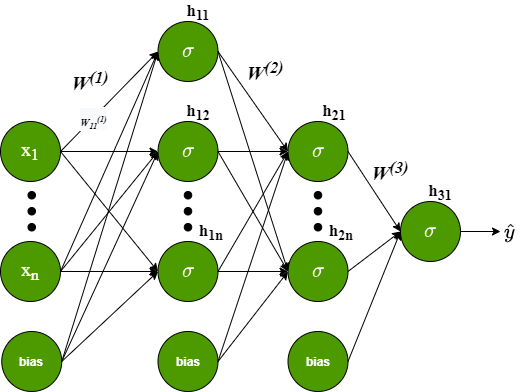
caiusdebucean/YOVO keeps this draw.io diagram as Thesis/Illustrations/Multi-Layer network.png. Above is the earlier version. Source tidied: cells renumbered, new cells last; positions are measured from the earlier drawing's top-left corner, leaving out a move shared by most shapes. Source of this version:
```xml
<mxGraphModel math="1">
  <root>
    <mxCell id="0" />
    <mxCell id="1" parent="0" />
    <mxCell id="2" value="&lt;font face=&quot;Times New Roman&quot; style=&quot;font-size: 19px&quot; color=&quot;#ffffff&quot;&gt;x&lt;sub&gt;1&lt;/sub&gt;&lt;/font&gt;" style="ellipse;whiteSpace=wrap;html=1;fillColor=#4D9900;strokeColor=#000000;" parent="1" vertex="1">
      <mxGeometry y="120" width="60" height="60" as="geometry" />
    </mxCell>
    <mxCell id="3" value="&lt;font style=&quot;font-size: 19px&quot;&gt;&lt;span style=&quot;color: rgb(255 , 255 , 255) ; font-family: &amp;#34;times new roman&amp;#34;&quot;&gt;x&lt;/span&gt;&lt;sub style=&quot;color: rgb(255 , 255 , 255) ; font-family: &amp;#34;times new roman&amp;#34;&quot;&gt;n&lt;/sub&gt;&lt;/font&gt;" style="ellipse;whiteSpace=wrap;html=1;fillColor=#4D9900;strokeColor=#000000;" parent="1" vertex="1">
      <mxGeometry y="240" width="60" height="60" as="geometry" />
    </mxCell>
    <mxCell id="4" value="&lt;b style=&quot;color: rgb(255 , 255 , 255)&quot;&gt;bias&lt;/b&gt;" style="ellipse;whiteSpace=wrap;html=1;fillColor=#4D9900;" parent="1" vertex="1">
      <mxGeometry x="157.5" y="330" width="60" height="60" as="geometry" />
    </mxCell>
    <mxCell id="5" style="group;" parent="1" vertex="1">
      <mxGeometry x="27.5" y="190" width="7.5" height="40" as="geometry" />
    </mxCell>
    <mxCell id="6" style="ellipse;whiteSpace=wrap;html=1;strokeColor=#000000;fillColor=#000000;" parent="5" vertex="1">
      <mxGeometry width="7.5" height="7.5" as="geometry" />
    </mxCell>
    <mxCell id="7" style="ellipse;whiteSpace=wrap;html=1;strokeColor=#000000;fillColor=#000000;" parent="5" vertex="1">
      <mxGeometry y="16" width="7.5" height="7.5" as="geometry" />
    </mxCell>
    <mxCell id="8" style="ellipse;whiteSpace=wrap;html=1;strokeColor=#000000;fillColor=#000000;" parent="5" vertex="1">
      <mxGeometry y="32" width="7.5" height="7.5" as="geometry" />
    </mxCell>
    <mxCell id="9" style="group;" parent="1" vertex="1">
      <mxGeometry x="183.8" y="190" width="7.5" height="40" as="geometry" />
    </mxCell>
    <mxCell id="10" style="ellipse;whiteSpace=wrap;html=1;strokeColor=#000000;fillColor=#000000;" parent="9" vertex="1">
      <mxGeometry width="7.5" height="7.5" as="geometry" />
    </mxCell>
    <mxCell id="11" style="ellipse;whiteSpace=wrap;html=1;strokeColor=#000000;fillColor=#000000;" parent="9" vertex="1">
      <mxGeometry y="16" width="7.5" height="7.5" as="geometry" />
    </mxCell>
    <mxCell id="12" style="ellipse;whiteSpace=wrap;html=1;strokeColor=#000000;fillColor=#000000;" parent="9" vertex="1">
      <mxGeometry y="32" width="7.5" height="7.5" as="geometry" />
    </mxCell>
    <mxCell id="13" value="&lt;font color=&quot;#ffffff&quot;&gt;&lt;b&gt;bias&lt;/b&gt;&lt;/font&gt;" style="ellipse;whiteSpace=wrap;html=1;fillColor=#4D9900;" parent="1" vertex="1">
      <mxGeometry x="1.2" y="330" width="60" height="60" as="geometry" />
    </mxCell>
    <mxCell id="14" style="group;" parent="1" vertex="1">
      <mxGeometry x="313.8" y="190" width="7.5" height="40" as="geometry" />
    </mxCell>
    <mxCell id="15" style="ellipse;whiteSpace=wrap;html=1;strokeColor=#000000;fillColor=#000000;" parent="14" vertex="1">
      <mxGeometry width="7.5" height="7.5" as="geometry" />
    </mxCell>
    <mxCell id="16" style="ellipse;whiteSpace=wrap;html=1;strokeColor=#000000;fillColor=#000000;" parent="14" vertex="1">
      <mxGeometry y="16" width="7.5" height="7.5" as="geometry" />
    </mxCell>
    <mxCell id="17" style="ellipse;whiteSpace=wrap;html=1;strokeColor=#000000;fillColor=#000000;" parent="14" vertex="1">
      <mxGeometry y="32" width="7.5" height="7.5" as="geometry" />
    </mxCell>
    <mxCell id="18" value="&lt;font color=&quot;#ffffff&quot;&gt;&lt;b&gt;bias&lt;/b&gt;&lt;/font&gt;" style="ellipse;whiteSpace=wrap;html=1;fillColor=#4D9900;" parent="1" vertex="1">
      <mxGeometry x="287.5" y="330" width="60" height="60" as="geometry" />
    </mxCell>
    <mxCell id="19" style="edgeStyle=orthogonalEdgeStyle;rounded=0;jettySize=auto;html=1;exitX=1;exitY=0.5;exitDx=0;exitDy=0;" parent="1" edge="1" source="20">
      <mxGeometry relative="1" as="geometry">
        <mxPoint x="500" y="230" as="targetPoint" />
      </mxGeometry>
    </mxCell>
    <mxCell id="20" value="&lt;b style=&quot;font-size: 17px&quot;&gt;&lt;font color=&quot;#ffffff&quot;&gt;$$\sigma&lt;br&gt;$$&lt;/font&gt;&lt;/b&gt;" style="ellipse;whiteSpace=wrap;html=1;fillColor=#4D9900;strokeColor=#000000;" parent="1" vertex="1">
      <mxGeometry x="400" y="200" width="60" height="60" as="geometry" />
    </mxCell>
    <mxCell id="21" value="&lt;b style=&quot;font-size: 17px&quot;&gt;&lt;font color=&quot;#ffffff&quot;&gt;$$\sigma&lt;br&gt;$$&lt;/font&gt;&lt;/b&gt;" style="ellipse;whiteSpace=wrap;html=1;fillColor=#4D9900;strokeColor=#000000;" parent="1" vertex="1">
      <mxGeometry x="157.5" y="20" width="60" height="60" as="geometry" />
    </mxCell>
    <mxCell id="22" value="&lt;b style=&quot;font-size: 17px&quot;&gt;&lt;font color=&quot;#ffffff&quot;&gt;$$\sigma&lt;br&gt;$$&lt;/font&gt;&lt;/b&gt;" style="ellipse;whiteSpace=wrap;html=1;fillColor=#4D9900;strokeColor=#000000;" parent="1" vertex="1">
      <mxGeometry x="157.5" y="120" width="60" height="60" as="geometry" />
    </mxCell>
    <mxCell id="23" value="&lt;b style=&quot;font-size: 17px&quot;&gt;&lt;font color=&quot;#ffffff&quot;&gt;$$\sigma&lt;br&gt;$$&lt;/font&gt;&lt;/b&gt;" style="ellipse;whiteSpace=wrap;html=1;fillColor=#4D9900;strokeColor=#000000;" parent="1" vertex="1">
      <mxGeometry x="157.5" y="240" width="60" height="60" as="geometry" />
    </mxCell>
    <mxCell id="24" value="&lt;b style=&quot;font-size: 17px&quot;&gt;&lt;font color=&quot;#ffffff&quot;&gt;$$\sigma&lt;br&gt;$$&lt;/font&gt;&lt;/b&gt;" style="ellipse;whiteSpace=wrap;html=1;fillColor=#4D9900;strokeColor=#000000;" parent="1" vertex="1">
      <mxGeometry x="287.5" y="120" width="60" height="60" as="geometry" />
    </mxCell>
    <mxCell id="25" value="&lt;b style=&quot;font-size: 17px&quot;&gt;&lt;font color=&quot;#ffffff&quot;&gt;$$\sigma&lt;br&gt;$$&lt;/font&gt;&lt;/b&gt;" style="ellipse;whiteSpace=wrap;html=1;fillColor=#4D9900;strokeColor=#000000;" parent="1" vertex="1">
      <mxGeometry x="287.5" y="240" width="60" height="60" as="geometry" />
    </mxCell>
    <mxCell id="26" style="endArrow=classic;html=1;exitX=1;exitY=0.5;exitDx=0;exitDy=0;entryX=0;entryY=0.5;entryDx=0;entryDy=0;" parent="1" edge="1" source="2" target="21">
      <mxGeometry relative="1" as="geometry" />
    </mxCell>
    <mxCell id="27" value="&lt;b style=&quot;background-color: rgb(248 , 249 , 250) ; font-size: 20px&quot;&gt;&lt;font face=&quot;Times New Roman&quot; style=&quot;font-size: 10px&quot;&gt;&lt;i&gt;W&lt;sub&gt;11&lt;/sub&gt;&lt;sup&gt;(&lt;/sup&gt;&lt;sup&gt;1)&lt;/sup&gt;&lt;/i&gt;&lt;/font&gt;&lt;/b&gt;" style="edgeLabel;html=1;align=center;verticalAlign=middle;" parent="26" vertex="1">
      <mxGeometry x="-0.32" relative="1" as="geometry" />
    </mxCell>
    <mxCell id="28" style="endArrow=classic;html=1;exitX=1;exitY=0.5;exitDx=0;exitDy=0;entryX=0;entryY=0.5;entryDx=0;entryDy=0;" parent="1" edge="1" source="3" target="21">
      <mxGeometry relative="1" as="geometry" />
    </mxCell>
    <mxCell id="29" style="endArrow=classic;html=1;exitX=1;exitY=0.5;exitDx=0;exitDy=0;entryX=0;entryY=0.5;entryDx=0;entryDy=0;" parent="1" edge="1" source="13" target="21">
      <mxGeometry relative="1" as="geometry" />
    </mxCell>
    <mxCell id="30" style="endArrow=classic;html=1;exitX=1;exitY=0.5;exitDx=0;exitDy=0;entryX=0;entryY=0.5;entryDx=0;entryDy=0;" parent="1" edge="1" source="2" target="22">
      <mxGeometry relative="1" as="geometry" />
    </mxCell>
    <mxCell id="31" style="endArrow=classic;html=1;exitX=1;exitY=0.5;exitDx=0;exitDy=0;entryX=0;entryY=0.5;entryDx=0;entryDy=0;" parent="1" edge="1" source="2" target="23">
      <mxGeometry relative="1" as="geometry" />
    </mxCell>
    <mxCell id="32" style="endArrow=classic;html=1;exitX=1;exitY=0.5;exitDx=0;exitDy=0;entryX=0;entryY=0.5;entryDx=0;entryDy=0;" parent="1" edge="1" source="3" target="22">
      <mxGeometry relative="1" as="geometry" />
    </mxCell>
    <mxCell id="33" style="endArrow=classic;html=1;entryX=0;entryY=0.5;entryDx=0;entryDy=0;exitX=1;exitY=0.5;exitDx=0;exitDy=0;" parent="1" edge="1" source="13" target="22">
      <mxGeometry relative="1" as="geometry" />
    </mxCell>
    <mxCell id="34" style="endArrow=classic;html=1;exitX=1;exitY=0.5;exitDx=0;exitDy=0;entryX=0;entryY=0.5;entryDx=0;entryDy=0;" parent="1" edge="1" source="21" target="24">
      <mxGeometry relative="1" as="geometry" />
    </mxCell>
    <mxCell id="35" style="endArrow=classic;html=1;exitX=1;exitY=0.5;exitDx=0;exitDy=0;entryX=0;entryY=0.5;entryDx=0;entryDy=0;" parent="1" edge="1" source="21" target="25">
      <mxGeometry relative="1" as="geometry" />
    </mxCell>
    <mxCell id="36" style="endArrow=classic;html=1;exitX=1;exitY=0.5;exitDx=0;exitDy=0;entryX=0;entryY=0.5;entryDx=0;entryDy=0;" parent="1" edge="1" source="22" target="24">
      <mxGeometry relative="1" as="geometry" />
    </mxCell>
    <mxCell id="37" style="endArrow=classic;html=1;exitX=1;exitY=0.5;exitDx=0;exitDy=0;entryX=0;entryY=0.5;entryDx=0;entryDy=0;" parent="1" edge="1" source="22" target="25">
      <mxGeometry relative="1" as="geometry" />
    </mxCell>
    <mxCell id="38" style="endArrow=classic;html=1;exitX=1;exitY=0.5;exitDx=0;exitDy=0;entryX=0;entryY=0.5;entryDx=0;entryDy=0;" parent="1" edge="1" source="23" target="24">
      <mxGeometry relative="1" as="geometry" />
    </mxCell>
    <mxCell id="39" style="endArrow=classic;html=1;exitX=1;exitY=0.5;exitDx=0;exitDy=0;entryX=0;entryY=0.5;entryDx=0;entryDy=0;" parent="1" edge="1" source="23" target="25">
      <mxGeometry relative="1" as="geometry" />
    </mxCell>
    <mxCell id="40" style="endArrow=classic;html=1;exitX=1;exitY=0.5;exitDx=0;exitDy=0;entryX=0;entryY=0.5;entryDx=0;entryDy=0;" parent="1" edge="1" source="4" target="24">
      <mxGeometry relative="1" as="geometry" />
    </mxCell>
    <mxCell id="41" style="endArrow=classic;html=1;exitX=1;exitY=0.5;exitDx=0;exitDy=0;entryX=0;entryY=0.5;entryDx=0;entryDy=0;" parent="1" edge="1" source="4" target="25">
      <mxGeometry relative="1" as="geometry" />
    </mxCell>
    <mxCell id="42" style="endArrow=classic;html=1;exitX=1;exitY=0.5;exitDx=0;exitDy=0;entryX=0;entryY=0.5;entryDx=0;entryDy=0;" parent="1" edge="1" source="18" target="20">
      <mxGeometry relative="1" as="geometry" />
    </mxCell>
    <mxCell id="43" style="endArrow=classic;html=1;entryX=0;entryY=0.5;entryDx=0;entryDy=0;exitX=1;exitY=0.5;exitDx=0;exitDy=0;" parent="1" edge="1" source="25" target="20">
      <mxGeometry relative="1" as="geometry" />
    </mxCell>
    <mxCell id="44" style="endArrow=classic;html=1;exitX=1;exitY=0.5;exitDx=0;exitDy=0;entryX=0;entryY=0.5;entryDx=0;entryDy=0;" parent="1" edge="1" source="24" target="20">
      <mxGeometry relative="1" as="geometry" />
    </mxCell>
    <mxCell id="45" value="&lt;b style=&quot;font-size: 20px&quot;&gt;&lt;font face=&quot;Times New Roman&quot; style=&quot;font-size: 20px&quot;&gt;&lt;i&gt;W&lt;sup&gt;(&lt;/sup&gt;&lt;span&gt;&lt;sup&gt;1)&lt;/sup&gt;&lt;/span&gt;&lt;/i&gt;&lt;/font&gt;&lt;/b&gt;" style="text;html=1;strokeColor=none;fillColor=none;align=center;verticalAlign=middle;whiteSpace=wrap;rounded=0;" parent="1" vertex="1">
      <mxGeometry x="70" y="70" width="40" height="20" as="geometry" />
    </mxCell>
    <mxCell id="46" value="&lt;b style=&quot;font-size: 20px&quot;&gt;&lt;font face=&quot;Times New Roman&quot;&gt;&lt;i&gt;W&lt;sup&gt;(&lt;/sup&gt;&lt;sup&gt;2)&lt;/sup&gt;&lt;/i&gt;&lt;/font&gt;&lt;/b&gt;" style="text;html=1;strokeColor=none;fillColor=none;align=center;verticalAlign=middle;whiteSpace=wrap;rounded=0;" parent="1" vertex="1">
      <mxGeometry x="245" y="60" width="40" height="20" as="geometry" />
    </mxCell>
    <mxCell id="47" value="&lt;b style=&quot;font-size: 20px&quot;&gt;&lt;font face=&quot;Times New Roman&quot;&gt;&lt;i&gt;W&lt;sup&gt;(&lt;/sup&gt;&lt;sup&gt;3)&lt;/sup&gt;&lt;/i&gt;&lt;/font&gt;&lt;/b&gt;" style="text;html=1;strokeColor=none;fillColor=none;align=center;verticalAlign=middle;whiteSpace=wrap;rounded=0;" parent="1" vertex="1">
      <mxGeometry x="370" y="160" width="40" height="20" as="geometry" />
    </mxCell>
    <mxCell id="48" value="&lt;font face=&quot;Times New Roman&quot;&gt;&lt;span style=&quot;font-size: 20px&quot;&gt;&lt;b&gt;&lt;i&gt;$$\hat{y}$$&lt;/i&gt;&lt;/b&gt;&lt;/span&gt;&lt;/font&gt;" style="text;html=1;strokeColor=none;fillColor=none;align=center;verticalAlign=middle;whiteSpace=wrap;rounded=0;" parent="1" vertex="1">
      <mxGeometry x="490" y="220" width="40" height="20" as="geometry" />
    </mxCell>
    <mxCell id="49" style="endArrow=classic;html=1;exitX=1;exitY=0.5;exitDx=0;exitDy=0;entryX=0;entryY=0.5;entryDx=0;entryDy=0;" parent="1" edge="1" source="13" target="23">
      <mxGeometry relative="1" as="geometry" />
    </mxCell>
    <mxCell id="50" style="endArrow=classic;html=1;exitX=1;exitY=0.5;exitDx=0;exitDy=0;entryX=0;entryY=0.5;entryDx=0;entryDy=0;" parent="1" edge="1" source="3" target="23">
      <mxGeometry relative="1" as="geometry" />
    </mxCell>
    <mxCell id="51" value="&lt;font face=&quot;Times New Roman&quot;&gt;&lt;span style=&quot;font-size: 17px&quot;&gt;&lt;b&gt;h&lt;sub&gt;11&lt;/sub&gt;&lt;/b&gt;&lt;/span&gt;&lt;/font&gt;" style="text;html=1;strokeColor=none;fillColor=none;align=center;verticalAlign=middle;whiteSpace=wrap;rounded=0;" parent="1" vertex="1">
      <mxGeometry x="177.5" width="40" height="20" as="geometry" />
    </mxCell>
    <mxCell id="52" value="&lt;font face=&quot;Times New Roman&quot;&gt;&lt;span style=&quot;font-size: 17px&quot;&gt;&lt;b&gt;h&lt;sub&gt;12&lt;/sub&gt;&lt;/b&gt;&lt;/span&gt;&lt;/font&gt;" style="text;html=1;strokeColor=none;fillColor=none;align=center;verticalAlign=middle;whiteSpace=wrap;rounded=0;" parent="1" vertex="1">
      <mxGeometry x="177.5" y="100" width="40" height="20" as="geometry" />
    </mxCell>
    <mxCell id="53" value="&lt;font face=&quot;Times New Roman&quot;&gt;&lt;span style=&quot;font-size: 17px&quot;&gt;&lt;b&gt;h&lt;sub&gt;1n&lt;/sub&gt;&lt;/b&gt;&lt;/span&gt;&lt;/font&gt;" style="text;html=1;strokeColor=none;fillColor=none;align=center;verticalAlign=middle;whiteSpace=wrap;rounded=0;" parent="1" vertex="1">
      <mxGeometry x="191.2" y="220" width="40" height="20" as="geometry" />
    </mxCell>
    <mxCell id="54" value="&lt;font face=&quot;Times New Roman&quot;&gt;&lt;span style=&quot;font-size: 17px&quot;&gt;&lt;b&gt;h&lt;sub&gt;21&lt;/sub&gt;&lt;/b&gt;&lt;/span&gt;&lt;/font&gt;" style="text;html=1;strokeColor=none;fillColor=none;align=center;verticalAlign=middle;whiteSpace=wrap;rounded=0;" parent="1" vertex="1">
      <mxGeometry x="313.8" y="100" width="40" height="20" as="geometry" />
    </mxCell>
    <mxCell id="55" value="&lt;font face=&quot;Times New Roman&quot;&gt;&lt;span style=&quot;font-size: 17px&quot;&gt;&lt;b&gt;h&lt;sub&gt;2n&lt;/sub&gt;&lt;/b&gt;&lt;/span&gt;&lt;/font&gt;" style="text;html=1;strokeColor=none;fillColor=none;align=center;verticalAlign=middle;whiteSpace=wrap;rounded=0;" parent="1" vertex="1">
      <mxGeometry x="321.2" y="220" width="40" height="20" as="geometry" />
    </mxCell>
    <mxCell id="56" value="&lt;font face=&quot;Times New Roman&quot;&gt;&lt;span style=&quot;font-size: 17px&quot;&gt;&lt;b&gt;h&lt;sub&gt;31&lt;/sub&gt;&lt;/b&gt;&lt;/span&gt;&lt;/font&gt;" style="text;html=1;strokeColor=none;fillColor=none;align=center;verticalAlign=middle;whiteSpace=wrap;rounded=0;" parent="1" vertex="1">
      <mxGeometry x="420" y="180" width="40" height="20" as="geometry" />
    </mxCell>
  </root>
</mxGraphModel>
```
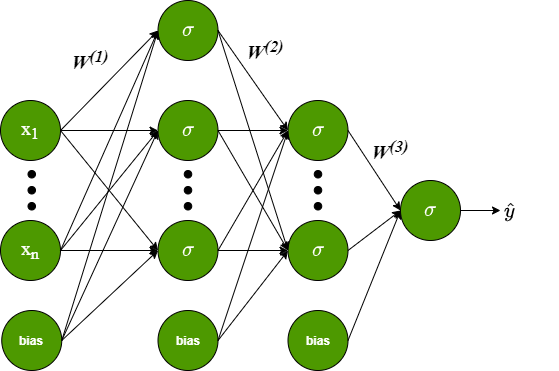
After the commit.

The edit, as a diff of the source:
```diff
@@ -79,9 +79,6 @@
     <mxCell id="26" style="endArrow=classic;html=1;exitX=1;exitY=0.5;exitDx=0;exitDy=0;entryX=0;entryY=0.5;entryDx=0;entryDy=0;" parent="1" edge="1" source="2" target="21">
       <mxGeometry relative="1" as="geometry" />
     </mxCell>
-    <mxCell id="27" value="&lt;b style=&quot;background-color: rgb(248 , 249 , 250) ; font-size: 20px&quot;&gt;&lt;font face=&quot;Times New Roman&quot; style=&quot;font-size: 10px&quot;&gt;&lt;i&gt;W&lt;sub&gt;11&lt;/sub&gt;&lt;sup&gt;(&lt;/sup&gt;&lt;sup&gt;1)&lt;/sup&gt;&lt;/i&gt;&lt;/font&gt;&lt;/b&gt;" style="edgeLabel;html=1;align=center;verticalAlign=middle;" parent="26" vertex="1">
-      <mxGeometry x="-0.32" relative="1" as="geometry" />
-    </mxCell>
     <mxCell id="28" style="endArrow=classic;html=1;exitX=1;exitY=0.5;exitDx=0;exitDy=0;entryX=0;entryY=0.5;entryDx=0;entryDy=0;" parent="1" edge="1" source="3" target="21">
       <mxGeometry relative="1" as="geometry" />
     </mxCell>
@@ -151,23 +148,5 @@
     <mxCell id="50" style="endArrow=classic;html=1;exitX=1;exitY=0.5;exitDx=0;exitDy=0;entryX=0;entryY=0.5;entryDx=0;entryDy=0;" parent="1" edge="1" source="3" target="23">
       <mxGeometry relative="1" as="geometry" />
     </mxCell>
-    <mxCell id="51" value="&lt;font face=&quot;Times New Roman&quot;&gt;&lt;span style=&quot;font-size: 17px&quot;&gt;&lt;b&gt;h&lt;sub&gt;11&lt;/sub&gt;&lt;/b&gt;&lt;/span&gt;&lt;/font&gt;" style="text;html=1;strokeColor=none;fillColor=none;align=center;verticalAlign=middle;whiteSpace=wrap;rounded=0;" parent="1" vertex="1">
-      <mxGeometry x="177.5" width="40" height="20" as="geometry" />
-    </mxCell>
-    <mxCell id="52" value="&lt;font face=&quot;Times New Roman&quot;&gt;&lt;span style=&quot;font-size: 17px&quot;&gt;&lt;b&gt;h&lt;sub&gt;12&lt;/sub&gt;&lt;/b&gt;&lt;/span&gt;&lt;/font&gt;" style="text;html=1;strokeColor=none;fillColor=none;align=center;verticalAlign=middle;whiteSpace=wrap;rounded=0;" parent="1" vertex="1">
-      <mxGeometry x="177.5" y="100" width="40" height="20" as="geometry" />
-    </mxCell>
-    <mxCell id="53" value="&lt;font face=&quot;Times New Roman&quot;&gt;&lt;span style=&quot;font-size: 17px&quot;&gt;&lt;b&gt;h&lt;sub&gt;1n&lt;/sub&gt;&lt;/b&gt;&lt;/span&gt;&lt;/font&gt;" style="text;html=1;strokeColor=none;fillColor=none;align=center;verticalAlign=middle;whiteSpace=wrap;rounded=0;" parent="1" vertex="1">
-      <mxGeometry x="191.2" y="220" width="40" height="20" as="geometry" />
-    </mxCell>
-    <mxCell id="54" value="&lt;font face=&quot;Times New Roman&quot;&gt;&lt;span style=&quot;font-size: 17px&quot;&gt;&lt;b&gt;h&lt;sub&gt;21&lt;/sub&gt;&lt;/b&gt;&lt;/span&gt;&lt;/font&gt;" style="text;html=1;strokeColor=none;fillColor=none;align=center;verticalAlign=middle;whiteSpace=wrap;rounded=0;" parent="1" vertex="1">
-      <mxGeometry x="313.8" y="100" width="40" height="20" as="geometry" />
-    </mxCell>
-    <mxCell id="55" value="&lt;font face=&quot;Times New Roman&quot;&gt;&lt;span style=&quot;font-size: 17px&quot;&gt;&lt;b&gt;h&lt;sub&gt;2n&lt;/sub&gt;&lt;/b&gt;&lt;/span&gt;&lt;/font&gt;" style="text;html=1;strokeColor=none;fillColor=none;align=center;verticalAlign=middle;whiteSpace=wrap;rounded=0;" parent="1" vertex="1">
-      <mxGeometry x="321.2" y="220" width="40" height="20" as="geometry" />
-    </mxCell>
-    <mxCell id="56" value="&lt;font face=&quot;Times New Roman&quot;&gt;&lt;span style=&quot;font-size: 17px&quot;&gt;&lt;b&gt;h&lt;sub&gt;31&lt;/sub&gt;&lt;/b&gt;&lt;/span&gt;&lt;/font&gt;" style="text;html=1;strokeColor=none;fillColor=none;align=center;verticalAlign=middle;whiteSpace=wrap;rounded=0;" parent="1" vertex="1">
-      <mxGeometry x="420" y="180" width="40" height="20" as="geometry" />
-    </mxCell>
   </root>
 </mxGraphModel>
```
